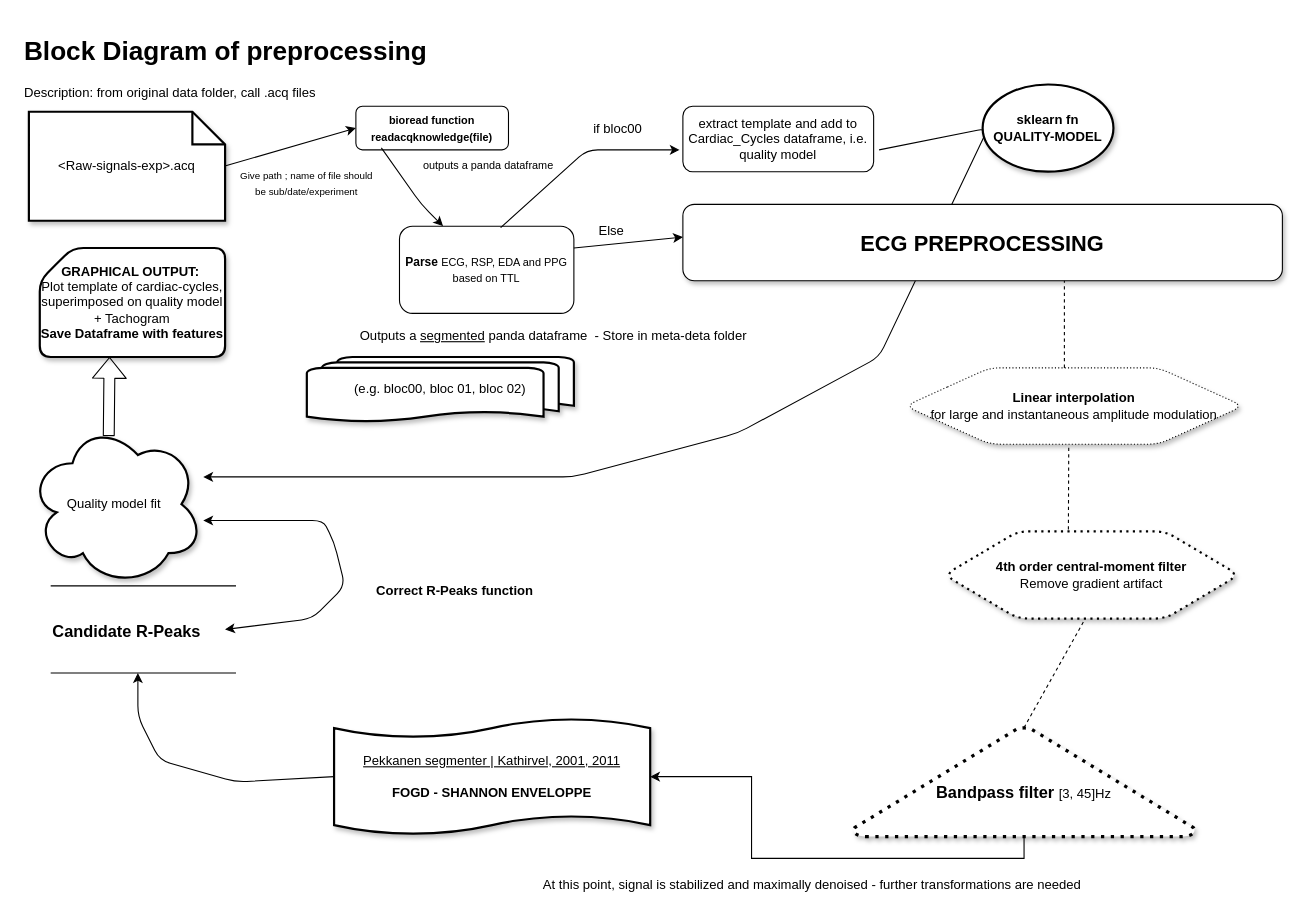
mtl-brainhack-school-2019/franclespinas-biosignals keeps this draw.io diagram as overall-structure/untitled.dio. Above is the earlier version. Source tidied: cells renumbered, new cells numbered last; positions are measured from the earlier drawing's top-left corner, leaving out a move shared by most shapes. Both pictures are drawn from the tidied source at 109%, with x=0, y=0 at pixel (19, 29).
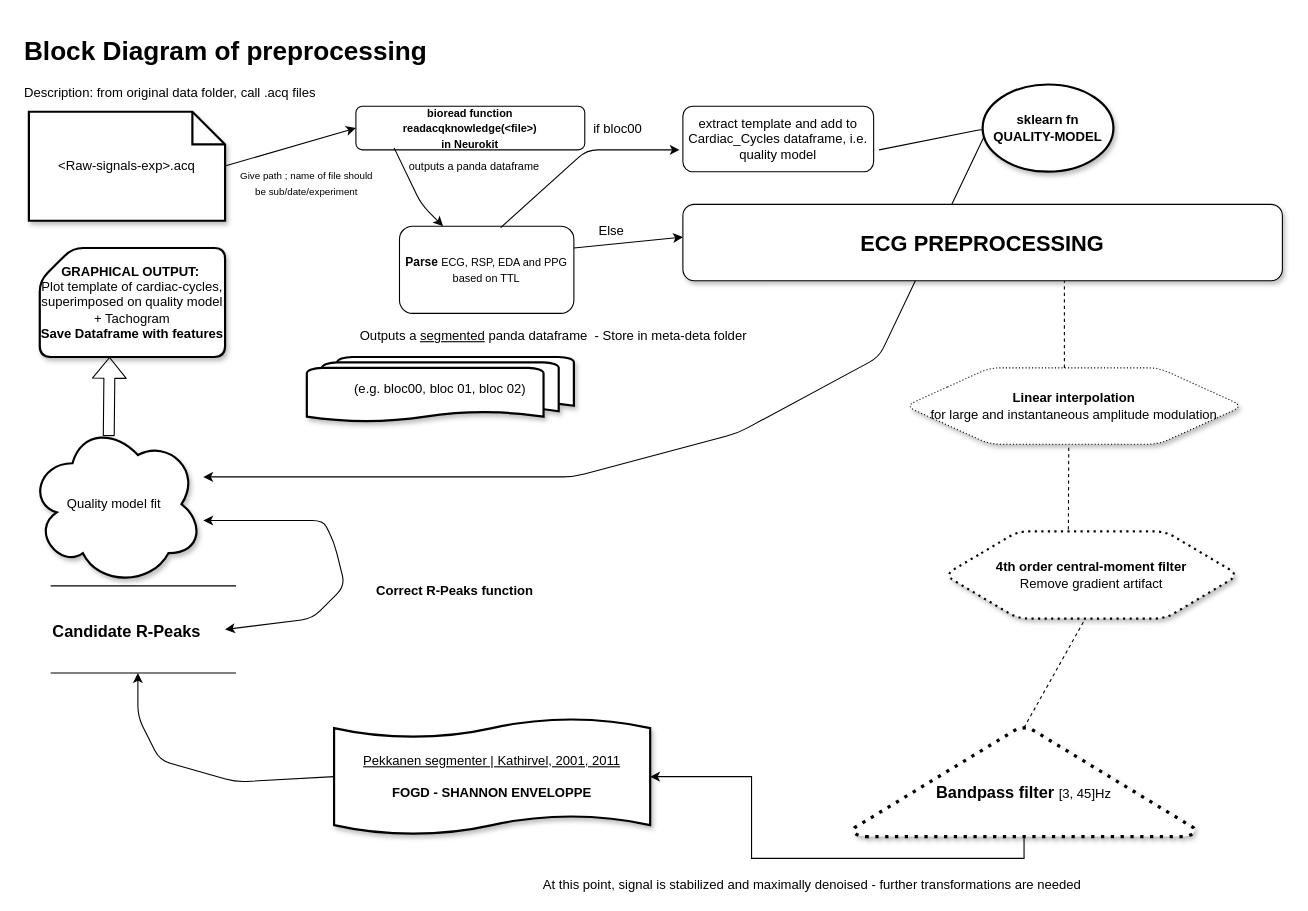
After the change.

Commit message (it also covers changes not shown here):
multiple changes in illustration and flow chart .dio file

Diff of the diagram source:
```diff
@@
-    <mxCell id="4" value="&lt;div&gt;&lt;span style=&quot;font-size: 10px&quot;&gt;&lt;b&gt;bioread function&lt;/b&gt;&lt;/span&gt;&lt;/div&gt;&lt;b&gt;&lt;font style=&quot;font-size: 10px&quot;&gt;readacqknowledge(file)&lt;/font&gt;&lt;/b&gt;" style="rounded=1;whiteSpace=wrap;html=1;" parent="1" vertex="1">
-      <mxGeometry x="309" y="70" width="140" height="40" as="geometry" />
+    <mxCell id="4" value="&lt;div&gt;&lt;span style=&quot;font-size: 10px&quot;&gt;&lt;b&gt;bioread function&lt;/b&gt;&lt;/span&gt;&lt;/div&gt;&lt;b&gt;&lt;font style=&quot;font-size: 10px&quot;&gt;readacqknowledge(&amp;lt;file&amp;gt;)&lt;/font&gt;&lt;/b&gt;&lt;div&gt;&lt;span style=&quot;font-size: 10px&quot;&gt;&lt;b&gt;in Neurokit&lt;/b&gt;&lt;/span&gt;&lt;/div&gt;" style="rounded=1;whiteSpace=wrap;html=1;" parent="1" vertex="1">
+      <mxGeometry x="309" y="70" width="210" height="40" as="geometry" />
     </mxCell>
@@
     <mxCell id="13" value="&lt;font style=&quot;font-size: 10px&quot;&gt;outputs a panda dataframe&lt;/font&gt;" style="text;html=1;align=left;verticalAlign=top;spacingTop=-4;" parent="1" vertex="1">
-      <mxGeometry x="369" y="114" width="130" height="20" as="geometry" />
+      <mxGeometry x="356" y="115" width="130" height="20" as="geometry" />
     </mxCell>
```
